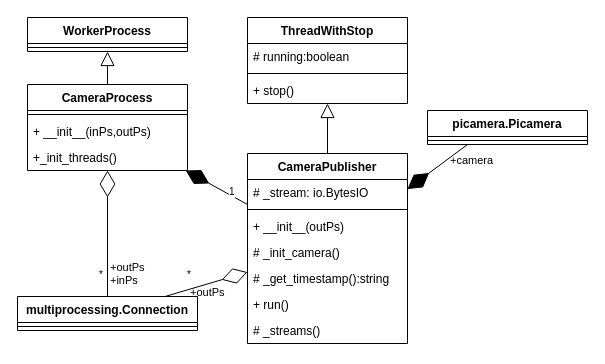
Above: page "CameraProcess" (2 of 5) of docs/source/diagrams/ClassDiaStartUp.drawio in ECC-BFMC/Brain (draw.io), before the change. Source tidied: cells renumbered, new cells numbered last; positions are measured from the earlier drawing's top-left corner, leaving out a move shared by most shapes. Both pictures are drawn from the tidied source at 100%, with x=0, y=0 at pixel (17, 17).
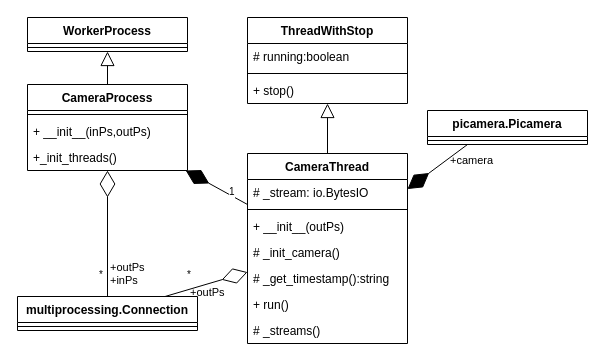
After the change.

Unchanged cells that the change refers to:
```xml
<mxCell id="18" style="group;" parent="1" vertex="1">
  <mxGeometry x="230" y="136" width="160" height="164" as="geometry" />
</mxCell>
```

Diff of the diagram source:
```diff
@@
-    <mxCell id="19" value="CameraPublisher" style="swimlane;fontStyle=1;align=center;verticalAlign=top;horizontal=1;startSize=26;" parent="18" vertex="1">
+    <mxCell id="19" value="CameraThread" style="swimlane;fontStyle=1;align=center;verticalAlign=top;horizontal=1;startSize=26;" parent="18" vertex="1">
       <mxGeometry width="160" height="190" as="geometry" />
     </mxCell>
```
